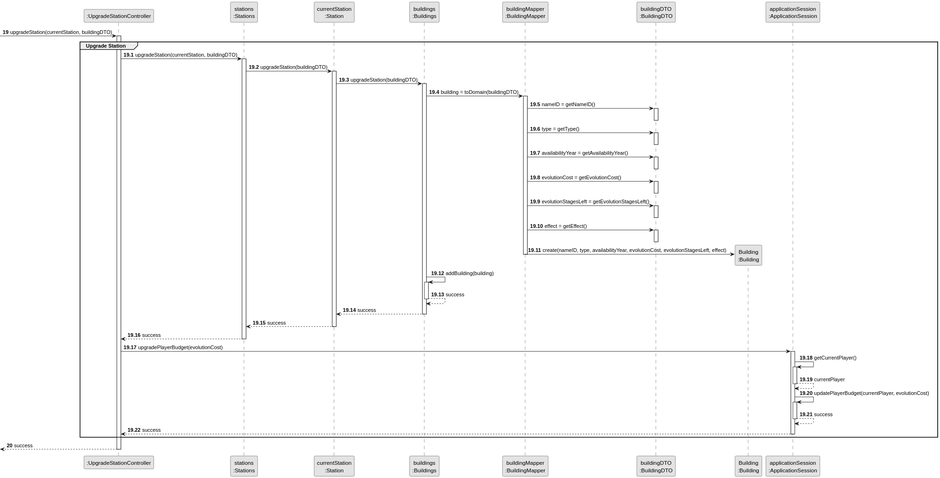
The PlantUML diagram docs/system-documentation/Sprint 3/US06/03.design/svg/US06-partial-Upgrade-Station.svg in HenriqueSilva18/Railway-Network-Simulator, before a commit. The source it was exported from:
```plantuml
@startuml
skinparam monochrome true
skinparam packageStyle rectangle
skinparam shadowing false

participant ":UpgradeStationController" as CTRL
participant "stations\n:Stations" as STATIONS
participant "currentStation\n:Station" as STATION
participant "buildings\n:Buildings" as BUILDINGS
participant "buildingMapper\n:BuildingMapper" as MAPPER_BUILDING
participant "buildingDTO\n:BuildingDTO" as DTO_BUILDING
participant "Building\n:Building" as BUILDING
participant "applicationSession\n:ApplicationSession" as APP_SESSION_SINGLETON

autonumber 19

 -> CTRL : upgradeStation(currentStation, buildingDTO)
        activate CTRL
        autonumber 19.1
            group Upgrade Station

            CTRL -> STATIONS: upgradeStation(currentStation, buildingDTO)
                activate STATIONS
                STATIONS -> STATION: upgradeStation(buildingDTO)
                activate STATION
                STATION -> BUILDINGS: upgradeStation(buildingDTO)
                activate BUILDINGS
                BUILDINGS -> MAPPER_BUILDING: building = toDomain(buildingDTO)
                activate MAPPER_BUILDING
                    MAPPER_BUILDING -> DTO_BUILDING: nameID = getNameID()
                    activate DTO_BUILDING
                    deactivate DTO_BUILDING
                    MAPPER_BUILDING -> DTO_BUILDING: type = getType()
                    activate DTO_BUILDING
                    deactivate DTO_BUILDING
                    MAPPER_BUILDING -> DTO_BUILDING: availabilityYear = getAvailabilityYear()
                    activate DTO_BUILDING
                    deactivate DTO_BUILDING
                    MAPPER_BUILDING -> DTO_BUILDING: evolutionCost = getEvolutionCost()
                    activate DTO_BUILDING
                    deactivate DTO_BUILDING
                    MAPPER_BUILDING -> DTO_BUILDING: evolutionStagesLeft = getEvolutionStagesLeft()
                    activate DTO_BUILDING
                    deactivate DTO_BUILDING
                    MAPPER_BUILDING -> DTO_BUILDING: effect = getEffect()
                    activate DTO_BUILDING
                    deactivate DTO_BUILDING
                    MAPPER_BUILDING -> BUILDING** : create(nameID, type, availabilityYear, evolutionCost, evolutionStagesLeft, effect)
                    deactivate MAPPER_BUILDING

                    BUILDINGS -> BUILDINGS : addBuilding(building)
                    activate BUILDINGS
                        BUILDINGS --> BUILDINGS : success
                    deactivate BUILDINGS

                    BUILDINGS --> STATION : success
                deactivate BUILDINGS
                STATION --> STATIONS : success
                deactivate STATION
                STATIONS --> CTRL : success
                deactivate STATIONS
                CTRL -> APP_SESSION_SINGLETON: upgradePlayerBudget(evolutionCost)
                activate APP_SESSION_SINGLETON
                    APP_SESSION_SINGLETON -> APP_SESSION_SINGLETON: getCurrentPlayer()
                    activate APP_SESSION_SINGLETON
                        APP_SESSION_SINGLETON --> APP_SESSION_SINGLETON : currentPlayer
                    deactivate APP_SESSION_SINGLETON

                    APP_SESSION_SINGLETON -> APP_SESSION_SINGLETON : updatePlayerBudget(currentPlayer, evolutionCost)
                    activate APP_SESSION_SINGLETON
                        APP_SESSION_SINGLETON --> APP_SESSION_SINGLETON : success
                    deactivate APP_SESSION_SINGLETON
                    APP_SESSION_SINGLETON --> CTRL : success
                deactivate APP_SESSION_SINGLETON
                end
                autonumber 20

                <-- CTRL : success
                deactivate CTRL
@enduml
```
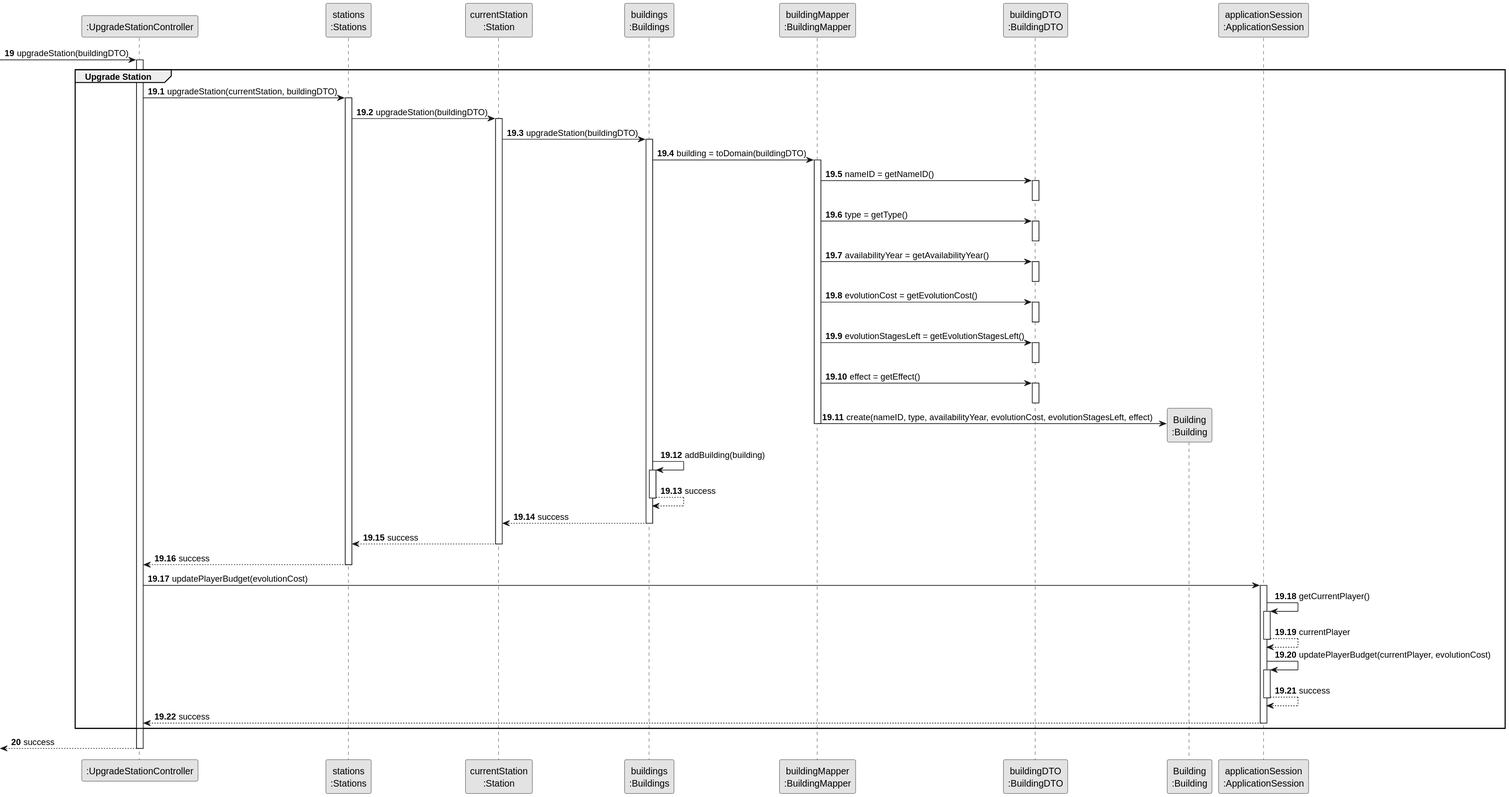
The same diagram one commit later.

What changed in the source:
```diff
@@ -14,7 +14,7 @@
 
 autonumber 19
 
- -> CTRL : upgradeStation(currentStation, buildingDTO)
+ -> CTRL : upgradeStation(buildingDTO)
         activate CTRL
         autonumber 19.1
             group Upgrade Station
@@ -59,7 +59,7 @@
                 deactivate STATION
                 STATIONS --> CTRL : success
                 deactivate STATIONS
-                CTRL -> APP_SESSION_SINGLETON: upgradePlayerBudget(evolutionCost)
+                CTRL -> APP_SESSION_SINGLETON: updatePlayerBudget(evolutionCost)
                 activate APP_SESSION_SINGLETON
                     APP_SESSION_SINGLETON -> APP_SESSION_SINGLETON: getCurrentPlayer()
                     activate APP_SESSION_SINGLETON
```
